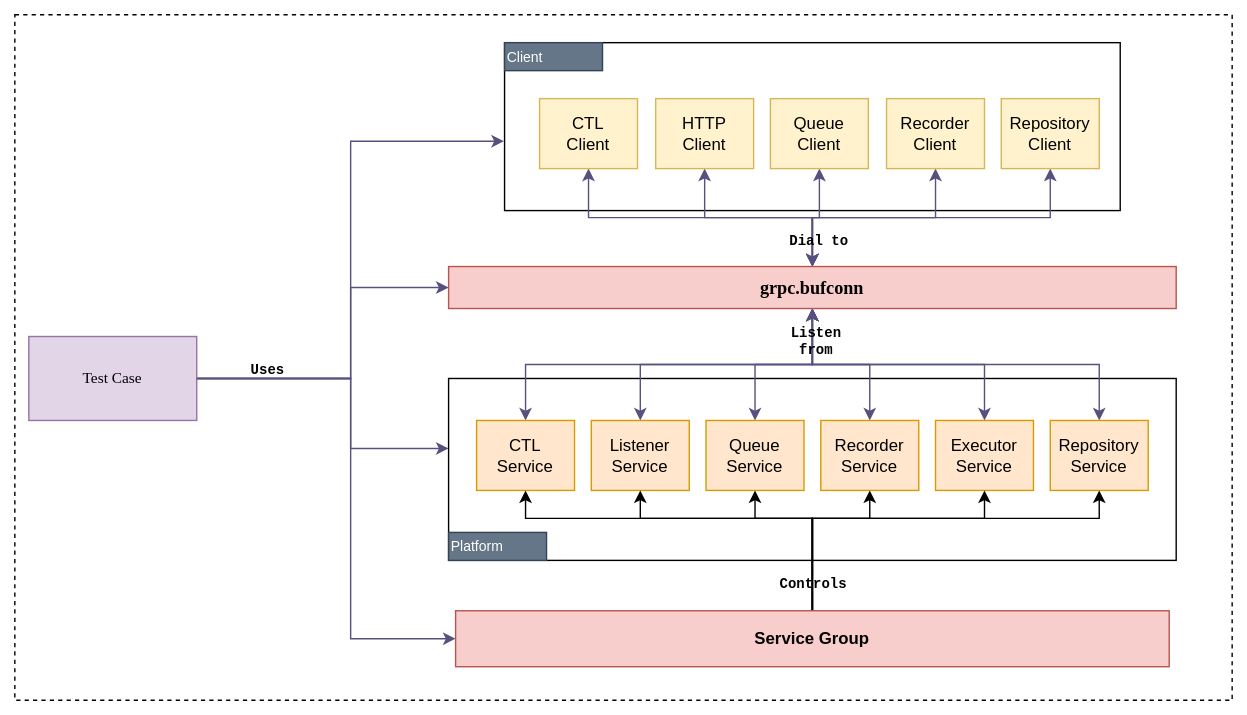
Earlier version of the draw.io export docs/img/testing.svg (andrescosta/jobico-fn). Source tidied: cells renumbered, new cells last; positions are measured from the earlier drawing's top-left corner, leaving out a move shared by most shapes.
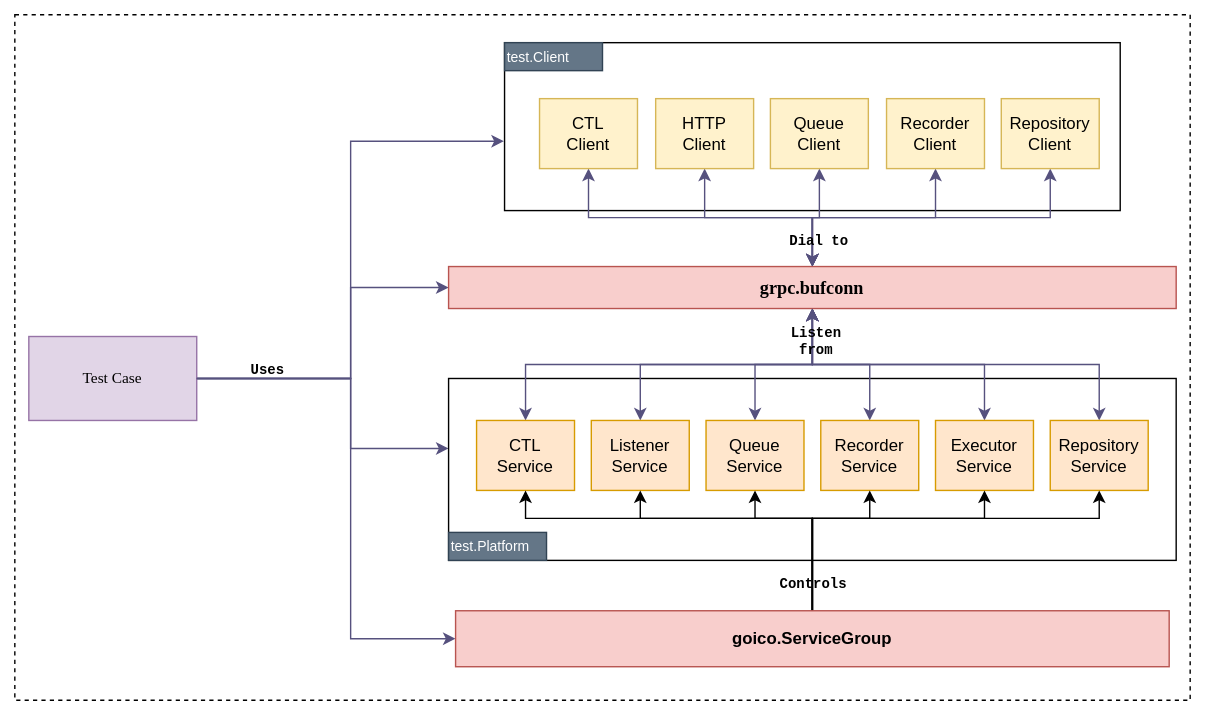
Above is the later version.

The edit, as a diff of the source:
```diff
@@ -3,7 +3,7 @@
     <mxCell id="0" />
     <mxCell id="1" parent="0" />
     <mxCell id="2" style="rounded=0;whiteSpace=wrap;html=1;dashed=1;" parent="1" vertex="1">
-      <mxGeometry width="870" height="490" as="geometry" />
+      <mxGeometry width="840" height="490" as="geometry" />
     </mxCell>
     <mxCell id="3" style="rounded=0;whiteSpace=wrap;html=1;verticalAlign=top;align=left;fontFamily=Lucida Console;fontSize=9;strokeWidth=1;" parent="1" vertex="1">
       <mxGeometry x="350" y="20" width="440" height="120" as="geometry" />
@@ -87,10 +87,10 @@
     <mxCell id="26" value="grpc.bufconn" style="rounded=0;whiteSpace=wrap;html=1;fontFamily=Lucida Console;fontStyle=1;fontSize=13;fillColor=#f8cecc;strokeColor=#b85450;" parent="1" vertex="1">
       <mxGeometry x="310" y="180" width="520" height="30" as="geometry" />
     </mxCell>
-    <mxCell id="27" value="Platform" style="rounded=0;whiteSpace=wrap;html=1;strokeColor=#314354;align=left;verticalAlign=middle;fontFamily=Helvetica;fontSize=10;fontColor=#ffffff;fillColor=#647687;" parent="1" vertex="1">
+    <mxCell id="27" value="test.Platform" style="rounded=0;whiteSpace=wrap;html=1;strokeColor=#314354;align=left;verticalAlign=middle;fontFamily=Helvetica;fontSize=10;fontColor=#ffffff;fillColor=#647687;" parent="1" vertex="1">
       <mxGeometry x="310" y="370" width="70" height="20" as="geometry" />
     </mxCell>
-    <mxCell id="28" value="Client" style="rounded=0;whiteSpace=wrap;html=1;strokeColor=#314354;align=left;verticalAlign=middle;fontFamily=Helvetica;fontSize=10;fontColor=#ffffff;fillColor=#647687;" parent="1" vertex="1">
+    <mxCell id="28" value="test.Client" style="rounded=0;whiteSpace=wrap;html=1;strokeColor=#314354;align=left;verticalAlign=middle;fontFamily=Helvetica;fontSize=10;fontColor=#ffffff;fillColor=#647687;" parent="1" vertex="1">
       <mxGeometry x="350" y="20" width="70" height="20" as="geometry" />
     </mxCell>
     <mxCell id="29" style="edgeStyle=orthogonalEdgeStyle;rounded=0;jettySize=auto;html=1;entryX=-0.001;entryY=0.587;entryDx=0;entryDy=0;entryPerimeter=0;strokeColor=#56517e;align=center;verticalAlign=middle;fontFamily=Courier New;fontSize=10;fontColor=default;fontStyle=0;labelBackgroundColor=none;endArrow=classic;endFill=1;fillColor=#d0cee2;" parent="1" edge="1" source="6" target="3">
@@ -167,7 +167,7 @@
         </Array>
       </mxGeometry>
     </mxCell>
-    <mxCell id="42" value="Service Group" style="rounded=0;whiteSpace=wrap;html=1;fillColor=#f8cecc;strokeColor=#b85450;fontStyle=1;" parent="1" vertex="1">
+    <mxCell id="42" value="goico.ServiceGroup" style="rounded=0;whiteSpace=wrap;html=1;fillColor=#f8cecc;strokeColor=#b85450;fontStyle=1;" parent="1" vertex="1">
       <mxGeometry x="315" y="426" width="510" height="40" as="geometry" />
     </mxCell>
     <mxCell id="43" value="Dial to" style="text;html=1;align=center;verticalAlign=middle;whiteSpace=wrap;rounded=0;fontFamily=Courier New;fontSize=10;fontColor=default;fontStyle=1;labelBackgroundColor=none;" parent="1" vertex="1">
```
